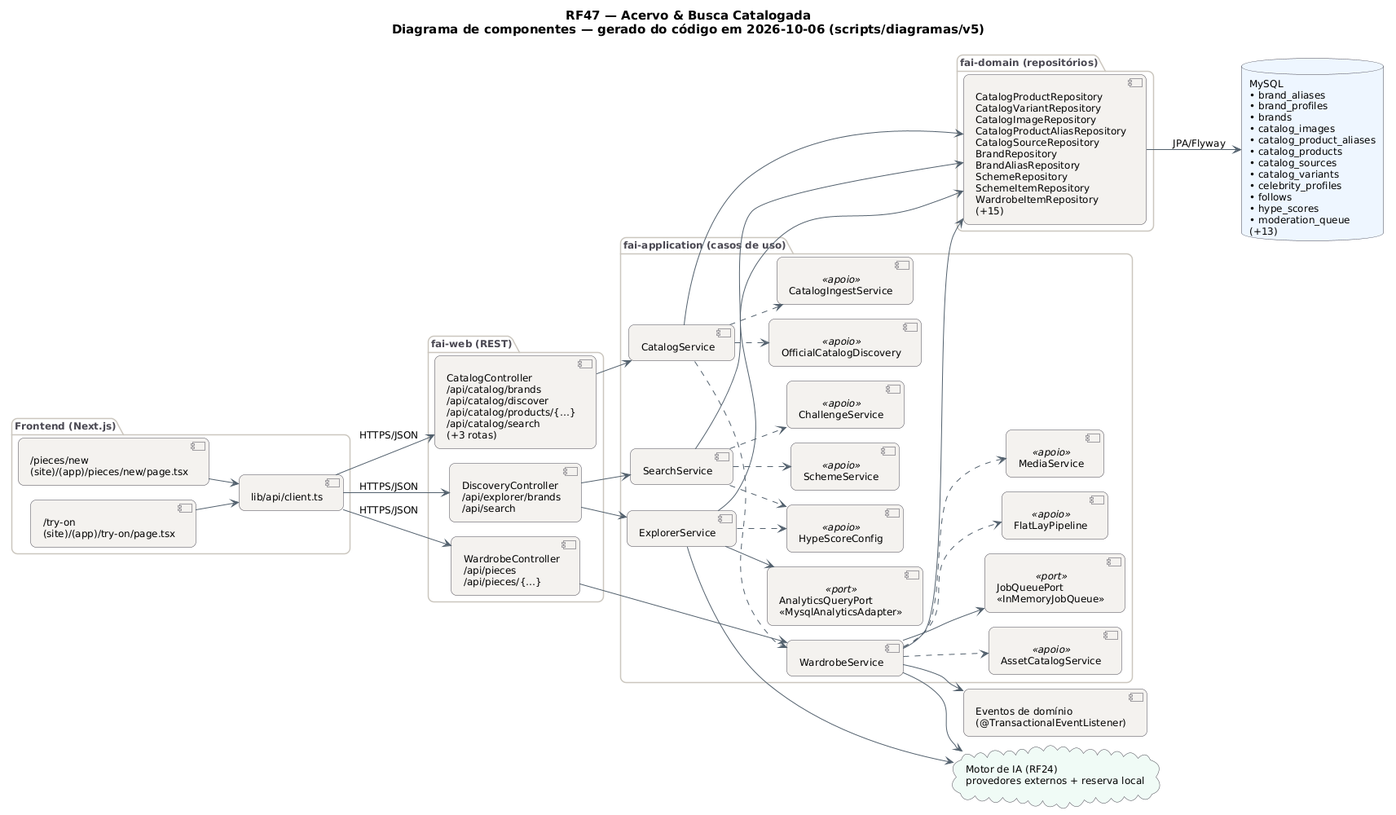
The PlantUML diagram docs/diagramas/RF47/RF47_Componentes.png in MatheusHaliski/tcc-2026-fashion-ai-backend, before a commit.
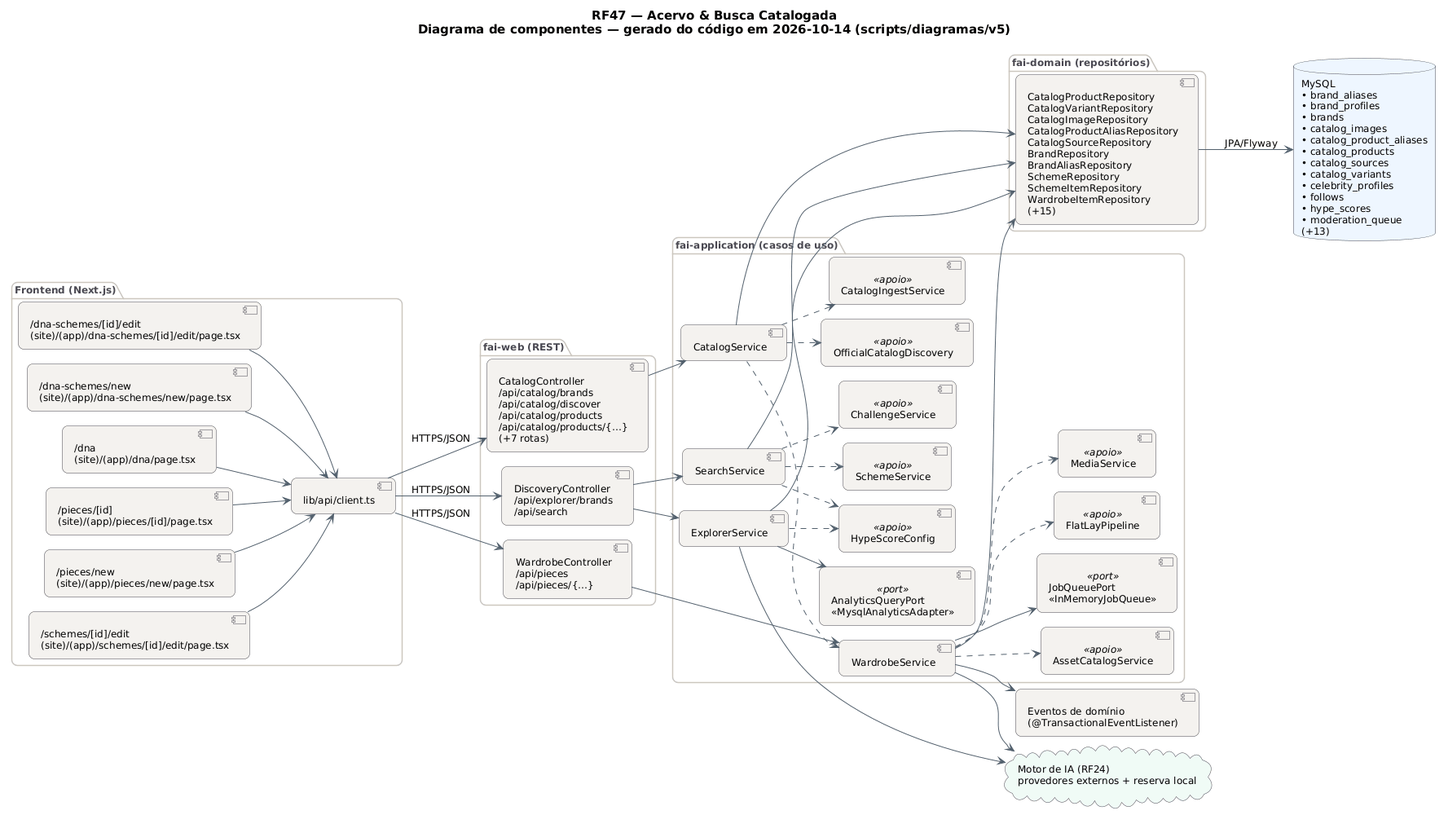
The same diagram one commit later.

The edit, as a diff of the source:
```diff
@@ -29,15 +29,19 @@
   BorderColor #4A4852
 }
 left to right direction
-title RF47 — Acervo & Busca Catalogada\nDiagrama de componentes — gerado do código em 2026-10-06 (scripts/diagramas/v5)
+title RF47 — Acervo & Busca Catalogada\nDiagrama de componentes — gerado do código em 2026-10-14 (scripts/diagramas/v5)
 
 package "Frontend (Next.js)" {
-  component "/pieces/new\n(site)/(app)/pieces/new/page.tsx" as FE0
-  component "/try-on\n(site)/(app)/try-on/page.tsx" as FE1
+  component "/dna-schemes/[id]/edit\n(site)/(app)/dna-schemes/[id]/edit/page.tsx" as FE0
+  component "/dna-schemes/new\n(site)/(app)/dna-schemes/new/page.tsx" as FE1
+  component "/dna\n(site)/(app)/dna/page.tsx" as FE2
+  component "/pieces/[id]\n(site)/(app)/pieces/[id]/page.tsx" as FE3
+  component "/pieces/new\n(site)/(app)/pieces/new/page.tsx" as FE4
+  component "/schemes/[id]/edit\n(site)/(app)/schemes/[id]/edit/page.tsx" as FE5
   component "lib/api/client.ts" as APIC
 }
 package "fai-web (REST)" {
-  component "CatalogController\n/api/catalog/brands\n/api/catalog/discover\n/api/catalog/products/{…}\n/api/catalog/search\n(+3 rotas)" as CatalogController
+  component "CatalogController\n/api/catalog/brands\n/api/catalog/discover\n/api/catalog/products\n/api/catalog/products/{…}\n(+7 rotas)" as CatalogController
   component "DiscoveryController\n/api/explorer/brands\n/api/search" as DiscoveryController
   component "WardrobeController\n/api/pieces\n/api/pieces/{…}" as WardrobeController
 }
@@ -79,6 +83,10 @@
 ExplorerService ..> HypeScoreConfig
 FE0 --> APIC
 FE1 --> APIC
+FE2 --> APIC
+FE3 --> APIC
+FE4 --> APIC
+FE5 --> APIC
 REPO_MySQL --> DB_MySQL : JPA/Flyway
 SearchService --> REPO_MySQL
 SearchService ..> ChallengeService
```
